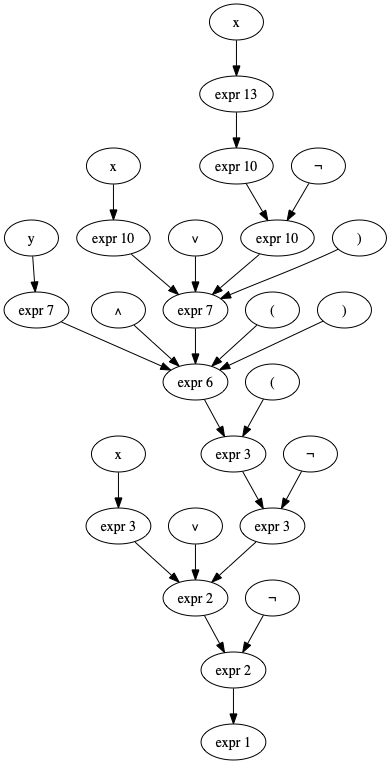
jotagarciaz/representacion-del-conocimiento keeps this Graphviz diagram as Digraph.gv.png. Above is the earlier version. Its source is kept beside it as Digraph.gv.
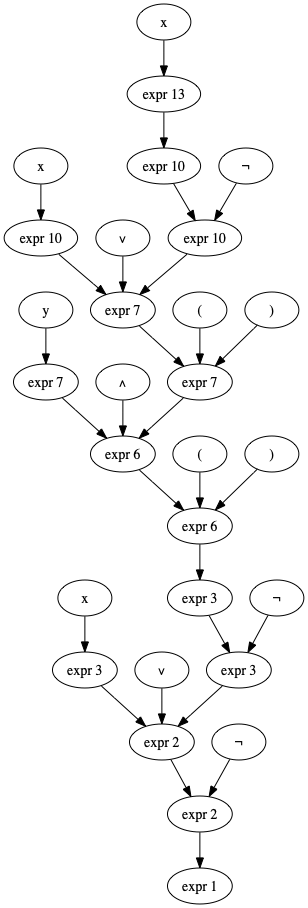
Later version of the same file.

Commit message:
creo que parentesis funcionando, falta voltear el diagrama y los números en las expr

The edit, as a diff of the source:
```diff
@@ -18,20 +18,24 @@
 	"not 5" -> "superior 5"
 	"expr 5" -> "superior 5"
 	"superior 5" -> "expr 2"
+	"superior 6" [label="expr 6"]
 	"expr 6" [label="expr 6"]
 	"lparen 6" [label="("]
-	"lparen 6" -> "expr 5"
-	"expr 6" -> "expr 5"
+	"lparen 6" -> "superior 6"
+	"expr 6" -> "superior 6"
+	"superior 6" -> "expr 5"
 	"expr 7" [label="expr 7"]
 	"const 7" [label=y]
 	"const 7" -> "expr 7"
 	"expr 7" -> "expr 6"
 	"op 8" [label="∧"]
 	"op 8" -> "expr 6"
+	"superior 9" [label="expr 7"]
 	"expr 9" [label="expr 7"]
 	"lparen 9" [label="("]
-	"lparen 9" -> "expr 6"
-	"expr 9" -> "expr 6"
+	"lparen 9" -> "superior 9"
+	"expr 9" -> "superior 9"
+	"superior 9" -> "expr 6"
 	"expr 10" [label="expr 10"]
 	"const 10" [label=x]
 	"const 10" -> "expr 10"
@@ -49,7 +53,7 @@
 	"const 13" -> "expr 13"
 	"expr 13" -> "expr 12"
 	"rparen 14" [label=")"]
-	"rparen 14" -> "expr 9"
+	"rparen 14" -> "superior 9"
 	"rparen 15" [label=")"]
-	"rparen 15" -> "expr 6"
+	"rparen 15" -> "superior 6"
 }
```
